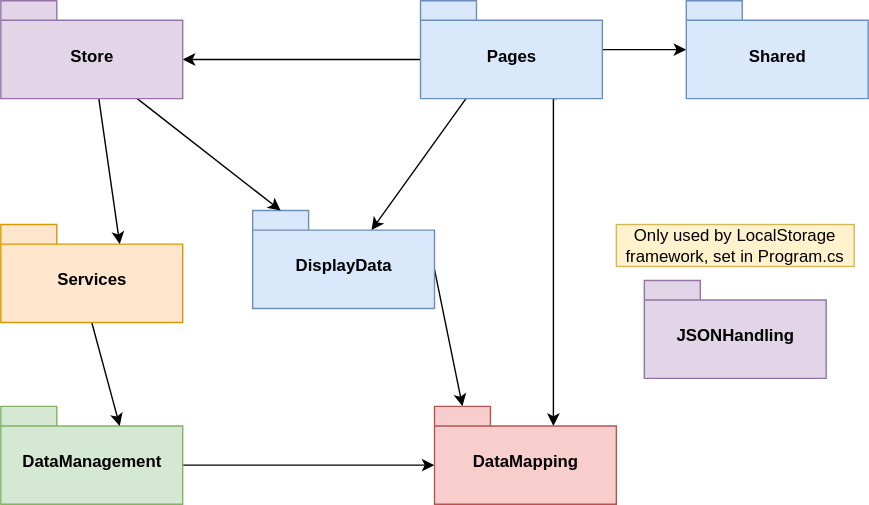
Before: doc/img/Architecture_overview.svg, a diagram exported from draw.io (DuplosFidibuss/academic-time-planner). Source tidied: cells renumbered, new cells last; positions are measured from the earlier drawing's top-left corner, leaving out a move shared by most shapes. Its diagram source:
```xml
<mxGraphModel>
  <root>
    <mxCell id="0" />
    <mxCell id="1" parent="0" />
    <mxCell id="2" style="edgeStyle=none;rounded=0;jettySize=auto;html=1;exitX=0;exitY=0;exitDx=130;exitDy=42;exitPerimeter=0;entryX=0;entryY=0;entryDx=20;entryDy=0;entryPerimeter=0;" parent="1" edge="1" source="3" target="17">
      <mxGeometry relative="1" as="geometry" />
    </mxCell>
    <mxCell id="3" value="DisplayData" style="shape=folder;fontStyle=1;spacingTop=10;tabWidth=40;tabHeight=14;tabPosition=left;html=1;fillColor=#dae8fc;strokeColor=#6c8ebf;" parent="1" vertex="1">
      <mxGeometry x="180" y="150" width="130" height="70" as="geometry" />
    </mxCell>
    <mxCell id="4" style="edgeStyle=none;rounded=0;jettySize=auto;html=1;exitX=0;exitY=0;exitDx=130;exitDy=42;exitPerimeter=0;entryX=0;entryY=0;entryDx=0;entryDy=42;entryPerimeter=0;" parent="1" edge="1" source="5" target="17">
      <mxGeometry relative="1" as="geometry" />
    </mxCell>
    <mxCell id="5" value="DataManagement" style="shape=folder;fontStyle=1;spacingTop=10;tabWidth=40;tabHeight=14;tabPosition=left;html=1;fillColor=#d5e8d4;strokeColor=#82b366;" parent="1" vertex="1">
      <mxGeometry y="290" width="130" height="70" as="geometry" />
    </mxCell>
    <mxCell id="6" value="Shared" style="shape=folder;fontStyle=1;spacingTop=10;tabWidth=40;tabHeight=14;tabPosition=left;html=1;fillColor=#dae8fc;strokeColor=#6c8ebf;" parent="1" vertex="1">
      <mxGeometry x="490" width="130" height="70" as="geometry" />
    </mxCell>
    <mxCell id="7" style="edgeStyle=orthogonalEdgeStyle;rounded=0;jettySize=auto;html=1;" parent="1" edge="1" source="11" target="6">
      <mxGeometry relative="1" as="geometry" />
    </mxCell>
    <mxCell id="8" style="edgeStyle=orthogonalEdgeStyle;rounded=0;jettySize=auto;html=1;exitX=0;exitY=0;exitDx=0;exitDy=42;exitPerimeter=0;entryX=0;entryY=0;entryDx=130;entryDy=42;entryPerimeter=0;" parent="1" edge="1" source="11" target="16">
      <mxGeometry relative="1" as="geometry" />
    </mxCell>
    <mxCell id="9" style="rounded=0;jettySize=auto;html=1;exitX=0.25;exitY=1;exitDx=0;exitDy=0;exitPerimeter=0;entryX=0;entryY=0;entryDx=85;entryDy=14;entryPerimeter=0;" parent="1" edge="1" source="11" target="3">
      <mxGeometry relative="1" as="geometry" />
    </mxCell>
    <mxCell id="10" style="edgeStyle=orthogonalEdgeStyle;rounded=0;jettySize=auto;html=1;exitX=0.75;exitY=1;exitDx=0;exitDy=0;exitPerimeter=0;entryX=0;entryY=0;entryDx=85;entryDy=14;entryPerimeter=0;" parent="1" edge="1" source="11" target="17">
      <mxGeometry relative="1" as="geometry">
        <Array as="points">
          <mxPoint x="395" y="70" />
        </Array>
      </mxGeometry>
    </mxCell>
    <mxCell id="11" value="Pages" style="shape=folder;fontStyle=1;spacingTop=10;tabWidth=40;tabHeight=14;tabPosition=left;html=1;fillColor=#dae8fc;strokeColor=#6c8ebf;" parent="1" vertex="1">
      <mxGeometry x="300" width="130" height="70" as="geometry" />
    </mxCell>
    <mxCell id="12" style="edgeStyle=none;rounded=0;jettySize=auto;html=1;exitX=0.5;exitY=1;exitDx=0;exitDy=0;exitPerimeter=0;entryX=0;entryY=0;entryDx=85;entryDy=14;entryPerimeter=0;" parent="1" edge="1" source="13" target="5">
      <mxGeometry relative="1" as="geometry" />
    </mxCell>
    <mxCell id="13" value="Services" style="shape=folder;fontStyle=1;spacingTop=10;tabWidth=40;tabHeight=14;tabPosition=left;html=1;fillColor=#ffe6cc;strokeColor=#d79b00;" parent="1" vertex="1">
      <mxGeometry y="160" width="130" height="70" as="geometry" />
    </mxCell>
    <mxCell id="14" style="rounded=0;jettySize=auto;html=1;entryX=0;entryY=0;entryDx=85;entryDy=14;entryPerimeter=0;" parent="1" edge="1" source="16" target="13">
      <mxGeometry relative="1" as="geometry" />
    </mxCell>
    <mxCell id="15" style="rounded=0;jettySize=auto;html=1;exitX=0.75;exitY=1;exitDx=0;exitDy=0;exitPerimeter=0;entryX=0;entryY=0;entryDx=20;entryDy=0;entryPerimeter=0;" parent="1" edge="1" source="16" target="3">
      <mxGeometry relative="1" as="geometry" />
    </mxCell>
    <mxCell id="16" value="Store" style="shape=folder;fontStyle=1;spacingTop=10;tabWidth=40;tabHeight=14;tabPosition=left;html=1;fillColor=#e1d5e7;strokeColor=#9673a6;" parent="1" vertex="1">
      <mxGeometry width="130" height="70" as="geometry" />
    </mxCell>
    <mxCell id="17" value="DataMapping" style="shape=folder;fontStyle=1;spacingTop=10;tabWidth=40;tabHeight=14;tabPosition=left;html=1;fillColor=#f8cecc;strokeColor=#b85450;" parent="1" vertex="1">
      <mxGeometry x="310" y="290" width="130" height="70" as="geometry" />
    </mxCell>
    <mxCell id="18" value="JSONHandling" style="shape=folder;fontStyle=1;spacingTop=10;tabWidth=40;tabHeight=14;tabPosition=left;html=1;fillColor=#e1d5e7;strokeColor=#9673a6;" parent="1" vertex="1">
      <mxGeometry x="460" y="200" width="130" height="70" as="geometry" />
    </mxCell>
    <mxCell id="19" value="Only used by LocalStorage framework, set in Program.cs" style="text;html=1;strokeColor=#d6b656;fillColor=#fff2cc;align=center;verticalAlign=middle;whiteSpace=wrap;rounded=0;" parent="1" vertex="1">
      <mxGeometry x="440" y="160" width="170" height="30" as="geometry" />
    </mxCell>
  </root>
</mxGraphModel>
```
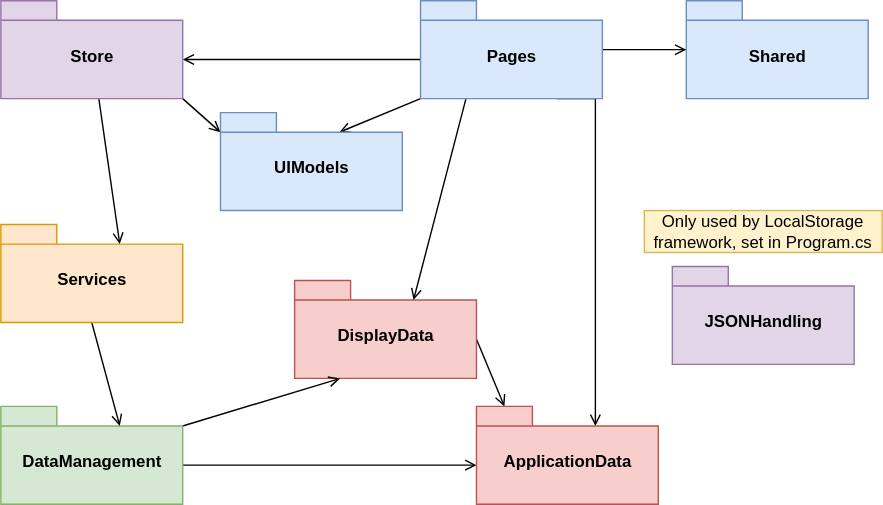
The same file after the commit.

Diff of the diagram source:
```diff
@@ -2,63 +2,72 @@
   <root>
     <mxCell id="0" />
     <mxCell id="1" parent="0" />
-    <mxCell id="2" style="edgeStyle=none;rounded=0;jettySize=auto;html=1;exitX=0;exitY=0;exitDx=130;exitDy=42;exitPerimeter=0;entryX=0;entryY=0;entryDx=20;entryDy=0;entryPerimeter=0;" parent="1" edge="1" source="3" target="17">
+    <mxCell id="2" style="edgeStyle=none;rounded=0;jettySize=auto;html=1;exitX=0;exitY=0;exitDx=130;exitDy=42;exitPerimeter=0;entryX=0;entryY=0;entryDx=20;entryDy=0;entryPerimeter=0;endArrow=open;endFill=0;" parent="1" edge="1" source="3" target="17">
       <mxGeometry relative="1" as="geometry" />
     </mxCell>
-    <mxCell id="3" value="DisplayData" style="shape=folder;fontStyle=1;spacingTop=10;tabWidth=40;tabHeight=14;tabPosition=left;html=1;fillColor=#dae8fc;strokeColor=#6c8ebf;" parent="1" vertex="1">
-      <mxGeometry x="180" y="150" width="130" height="70" as="geometry" />
+    <mxCell id="3" value="DisplayData" style="shape=folder;fontStyle=1;spacingTop=10;tabWidth=40;tabHeight=14;tabPosition=left;html=1;fillColor=#f8cecc;strokeColor=#b85450;" parent="1" vertex="1">
+      <mxGeometry x="210" y="200" width="130" height="70" as="geometry" />
     </mxCell>
-    <mxCell id="4" style="edgeStyle=none;rounded=0;jettySize=auto;html=1;exitX=0;exitY=0;exitDx=130;exitDy=42;exitPerimeter=0;entryX=0;entryY=0;entryDx=0;entryDy=42;entryPerimeter=0;" parent="1" edge="1" source="5" target="17">
+    <mxCell id="4" style="edgeStyle=none;rounded=0;jettySize=auto;html=1;exitX=0;exitY=0;exitDx=130;exitDy=42;exitPerimeter=0;entryX=0;entryY=0;entryDx=0;entryDy=42;entryPerimeter=0;endArrow=open;endFill=0;" parent="1" edge="1" source="5" target="17">
       <mxGeometry relative="1" as="geometry" />
     </mxCell>
+    <mxCell id="20" style="rounded=0;jettySize=auto;html=1;exitX=0;exitY=0;exitDx=130;exitDy=14;exitPerimeter=0;entryX=0.25;entryY=1;entryDx=0;entryDy=0;entryPerimeter=0;endArrow=open;endFill=0;" parent="1" edge="1" source="5" target="3">
+      <mxGeometry relative="1" as="geometry" />
+    </mxCell>
     <mxCell id="5" value="DataManagement" style="shape=folder;fontStyle=1;spacingTop=10;tabWidth=40;tabHeight=14;tabPosition=left;html=1;fillColor=#d5e8d4;strokeColor=#82b366;" parent="1" vertex="1">
       <mxGeometry y="290" width="130" height="70" as="geometry" />
     </mxCell>
     <mxCell id="6" value="Shared" style="shape=folder;fontStyle=1;spacingTop=10;tabWidth=40;tabHeight=14;tabPosition=left;html=1;fillColor=#dae8fc;strokeColor=#6c8ebf;" parent="1" vertex="1">
       <mxGeometry x="490" width="130" height="70" as="geometry" />
     </mxCell>
-    <mxCell id="7" style="edgeStyle=orthogonalEdgeStyle;rounded=0;jettySize=auto;html=1;" parent="1" edge="1" source="11" target="6">
+    <mxCell id="7" style="edgeStyle=orthogonalEdgeStyle;rounded=0;jettySize=auto;html=1;endArrow=open;endFill=0;" parent="1" edge="1" source="11" target="6">
       <mxGeometry relative="1" as="geometry" />
     </mxCell>
-    <mxCell id="8" style="edgeStyle=orthogonalEdgeStyle;rounded=0;jettySize=auto;html=1;exitX=0;exitY=0;exitDx=0;exitDy=42;exitPerimeter=0;entryX=0;entryY=0;entryDx=130;entryDy=42;entryPerimeter=0;" parent="1" edge="1" source="11" target="16">
+    <mxCell id="8" style="edgeStyle=orthogonalEdgeStyle;rounded=0;jettySize=auto;html=1;exitX=0;exitY=0;exitDx=0;exitDy=42;exitPerimeter=0;entryX=0;entryY=0;entryDx=130;entryDy=42;entryPerimeter=0;endArrow=open;endFill=0;" parent="1" edge="1" source="11" target="16">
       <mxGeometry relative="1" as="geometry" />
     </mxCell>
-    <mxCell id="9" style="rounded=0;jettySize=auto;html=1;exitX=0.25;exitY=1;exitDx=0;exitDy=0;exitPerimeter=0;entryX=0;entryY=0;entryDx=85;entryDy=14;entryPerimeter=0;" parent="1" edge="1" source="11" target="3">
+    <mxCell id="9" style="rounded=0;jettySize=auto;html=1;exitX=0.25;exitY=1;exitDx=0;exitDy=0;exitPerimeter=0;entryX=0;entryY=0;entryDx=85;entryDy=14;entryPerimeter=0;endArrow=open;endFill=0;" parent="1" edge="1" source="11" target="3">
       <mxGeometry relative="1" as="geometry" />
     </mxCell>
-    <mxCell id="10" style="edgeStyle=orthogonalEdgeStyle;rounded=0;jettySize=auto;html=1;exitX=0.75;exitY=1;exitDx=0;exitDy=0;exitPerimeter=0;entryX=0;entryY=0;entryDx=85;entryDy=14;entryPerimeter=0;" parent="1" edge="1" source="11" target="17">
+    <mxCell id="10" style="edgeStyle=orthogonalEdgeStyle;rounded=0;jettySize=auto;html=1;exitX=0.75;exitY=1;exitDx=0;exitDy=0;exitPerimeter=0;entryX=0;entryY=0;entryDx=85;entryDy=14;entryPerimeter=0;endArrow=open;endFill=0;" parent="1" edge="1" source="11" target="17">
       <mxGeometry relative="1" as="geometry">
         <Array as="points">
-          <mxPoint x="395" y="70" />
+          <mxPoint x="425" y="70" />
         </Array>
       </mxGeometry>
     </mxCell>
+    <mxCell id="21" style="edgeStyle=none;rounded=0;jettySize=auto;html=1;exitX=0;exitY=0;exitDx=0;exitDy=70;exitPerimeter=0;entryX=0;entryY=0;entryDx=85;entryDy=14;entryPerimeter=0;endArrow=open;endFill=0;" parent="1" edge="1" source="11" target="23">
+      <mxGeometry relative="1" as="geometry" />
+    </mxCell>
     <mxCell id="11" value="Pages" style="shape=folder;fontStyle=1;spacingTop=10;tabWidth=40;tabHeight=14;tabPosition=left;html=1;fillColor=#dae8fc;strokeColor=#6c8ebf;" parent="1" vertex="1">
       <mxGeometry x="300" width="130" height="70" as="geometry" />
     </mxCell>
-    <mxCell id="12" style="edgeStyle=none;rounded=0;jettySize=auto;html=1;exitX=0.5;exitY=1;exitDx=0;exitDy=0;exitPerimeter=0;entryX=0;entryY=0;entryDx=85;entryDy=14;entryPerimeter=0;" parent="1" edge="1" source="13" target="5">
+    <mxCell id="12" style="edgeStyle=none;rounded=0;jettySize=auto;html=1;exitX=0.5;exitY=1;exitDx=0;exitDy=0;exitPerimeter=0;entryX=0;entryY=0;entryDx=85;entryDy=14;entryPerimeter=0;endArrow=open;endFill=0;" parent="1" edge="1" source="13" target="5">
       <mxGeometry relative="1" as="geometry" />
     </mxCell>
     <mxCell id="13" value="Services" style="shape=folder;fontStyle=1;spacingTop=10;tabWidth=40;tabHeight=14;tabPosition=left;html=1;fillColor=#ffe6cc;strokeColor=#d79b00;" parent="1" vertex="1">
       <mxGeometry y="160" width="130" height="70" as="geometry" />
     </mxCell>
-    <mxCell id="14" style="rounded=0;jettySize=auto;html=1;entryX=0;entryY=0;entryDx=85;entryDy=14;entryPerimeter=0;" parent="1" edge="1" source="16" target="13">
+    <mxCell id="14" style="rounded=0;jettySize=auto;html=1;entryX=0;entryY=0;entryDx=85;entryDy=14;entryPerimeter=0;endArrow=open;endFill=0;" parent="1" edge="1" source="16" target="13">
       <mxGeometry relative="1" as="geometry" />
     </mxCell>
-    <mxCell id="15" style="rounded=0;jettySize=auto;html=1;exitX=0.75;exitY=1;exitDx=0;exitDy=0;exitPerimeter=0;entryX=0;entryY=0;entryDx=20;entryDy=0;entryPerimeter=0;" parent="1" edge="1" source="16" target="3">
-      <mxGeometry relative="1" as="geometry" />
-    </mxCell>
+    <mxCell id="22" style="edgeStyle=none;rounded=0;jettySize=auto;html=1;exitX=0;exitY=0;exitDx=130;exitDy=70;exitPerimeter=0;entryX=0;entryY=0;entryDx=0;entryDy=14;entryPerimeter=0;endArrow=open;endFill=0;" parent="1" edge="1" source="16" target="23">
+      <mxGeometry relative="1" as="geometry" />
+    </mxCell>
     <mxCell id="16" value="Store" style="shape=folder;fontStyle=1;spacingTop=10;tabWidth=40;tabHeight=14;tabPosition=left;html=1;fillColor=#e1d5e7;strokeColor=#9673a6;" parent="1" vertex="1">
       <mxGeometry width="130" height="70" as="geometry" />
     </mxCell>
-    <mxCell id="17" value="DataMapping" style="shape=folder;fontStyle=1;spacingTop=10;tabWidth=40;tabHeight=14;tabPosition=left;html=1;fillColor=#f8cecc;strokeColor=#b85450;" parent="1" vertex="1">
-      <mxGeometry x="310" y="290" width="130" height="70" as="geometry" />
+    <mxCell id="17" value="ApplicationData" style="shape=folder;fontStyle=1;spacingTop=10;tabWidth=40;tabHeight=14;tabPosition=left;html=1;fillColor=#f8cecc;strokeColor=#b85450;" parent="1" vertex="1">
+      <mxGeometry x="340" y="290" width="130" height="70" as="geometry" />
     </mxCell>
     <mxCell id="18" value="JSONHandling" style="shape=folder;fontStyle=1;spacingTop=10;tabWidth=40;tabHeight=14;tabPosition=left;html=1;fillColor=#e1d5e7;strokeColor=#9673a6;" parent="1" vertex="1">
-      <mxGeometry x="460" y="200" width="130" height="70" as="geometry" />
+      <mxGeometry x="480" y="190" width="130" height="70" as="geometry" />
     </mxCell>
     <mxCell id="19" value="Only used by LocalStorage framework, set in Program.cs" style="text;html=1;strokeColor=#d6b656;fillColor=#fff2cc;align=center;verticalAlign=middle;whiteSpace=wrap;rounded=0;" parent="1" vertex="1">
-      <mxGeometry x="440" y="160" width="170" height="30" as="geometry" />
+      <mxGeometry x="460" y="150" width="170" height="30" as="geometry" />
     </mxCell>
+    <mxCell id="23" value="UIModels" style="shape=folder;fontStyle=1;spacingTop=10;tabWidth=40;tabHeight=14;tabPosition=left;html=1;fillColor=#dae8fc;strokeColor=#6c8ebf;" parent="1" vertex="1">
+      <mxGeometry x="157" y="80" width="130" height="70" as="geometry" />
+    </mxCell>
   </root>
 </mxGraphModel>
```
